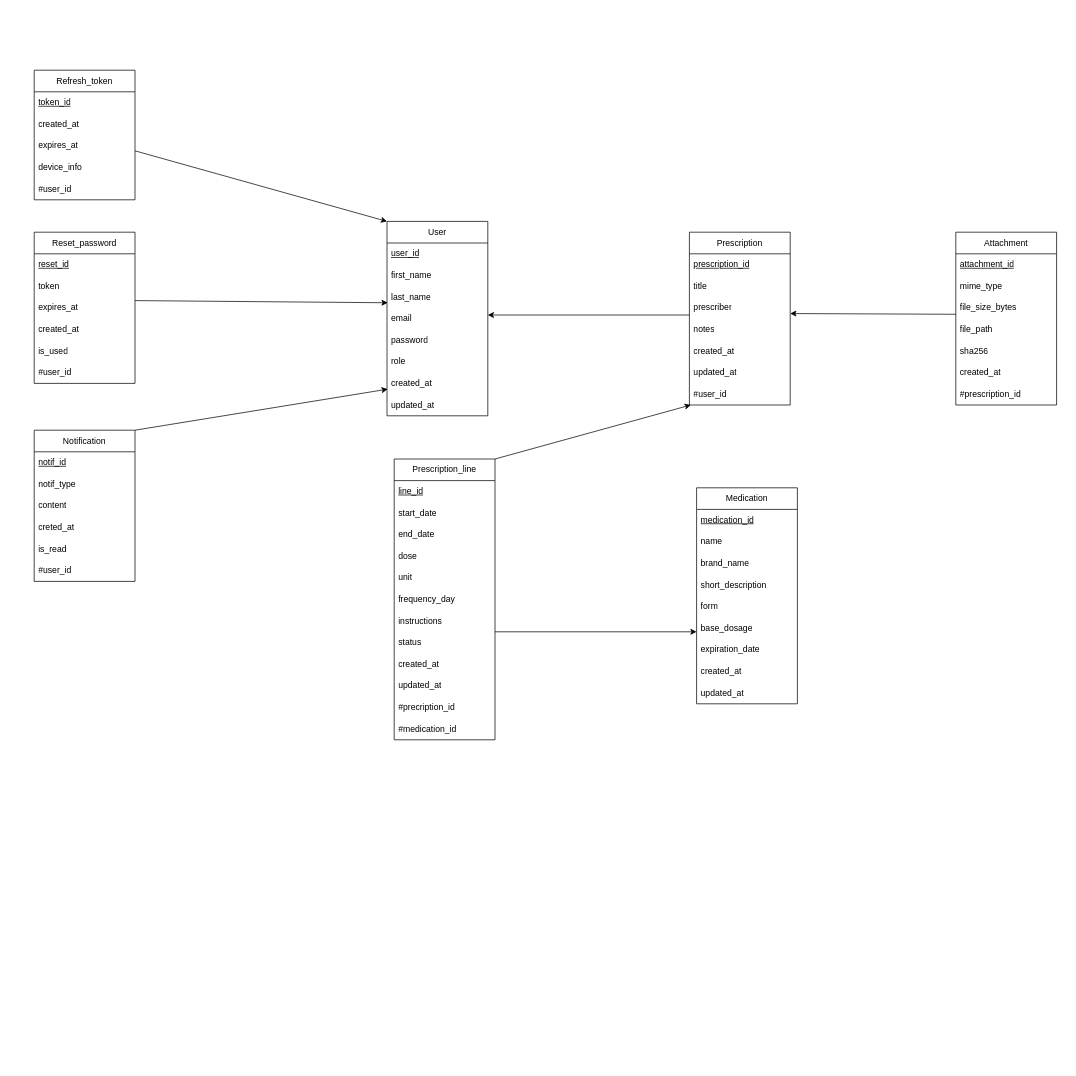
Above: docs/conception/mld.drawio in HJuddith/OrdoLite-API (draw.io), before the change. Source tidied: cells renumbered, new cells numbered last; positions are measured from the earlier drawing's top-left corner, leaving out a move shared by most shapes. Both pictures are drawn from the tidied source at 72%, with x=0, y=0 at pixel (34, 70).
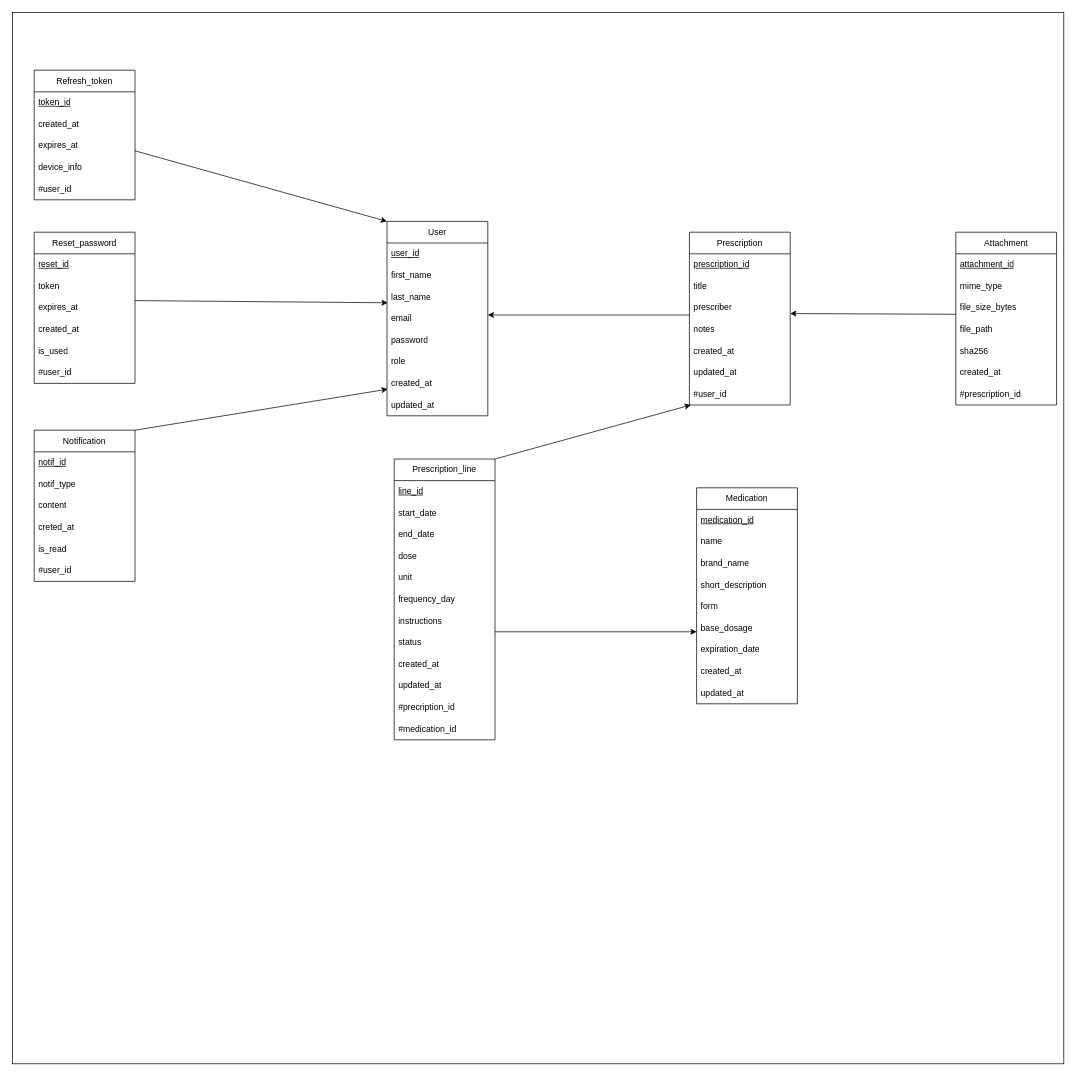
The same page after the edit.

Change to the diagram source:
```diff
@@
-<mxGraphModel>
+<mxGraphModel background="#ffffff">
@@
+    <mxCell id="77" style="whiteSpace=wrap;html=1;" parent="1" vertex="1">
+      <mxGeometry x="-30" y="-80" width="1460" height="1460" as="geometry" />
+    </mxCell>
```
